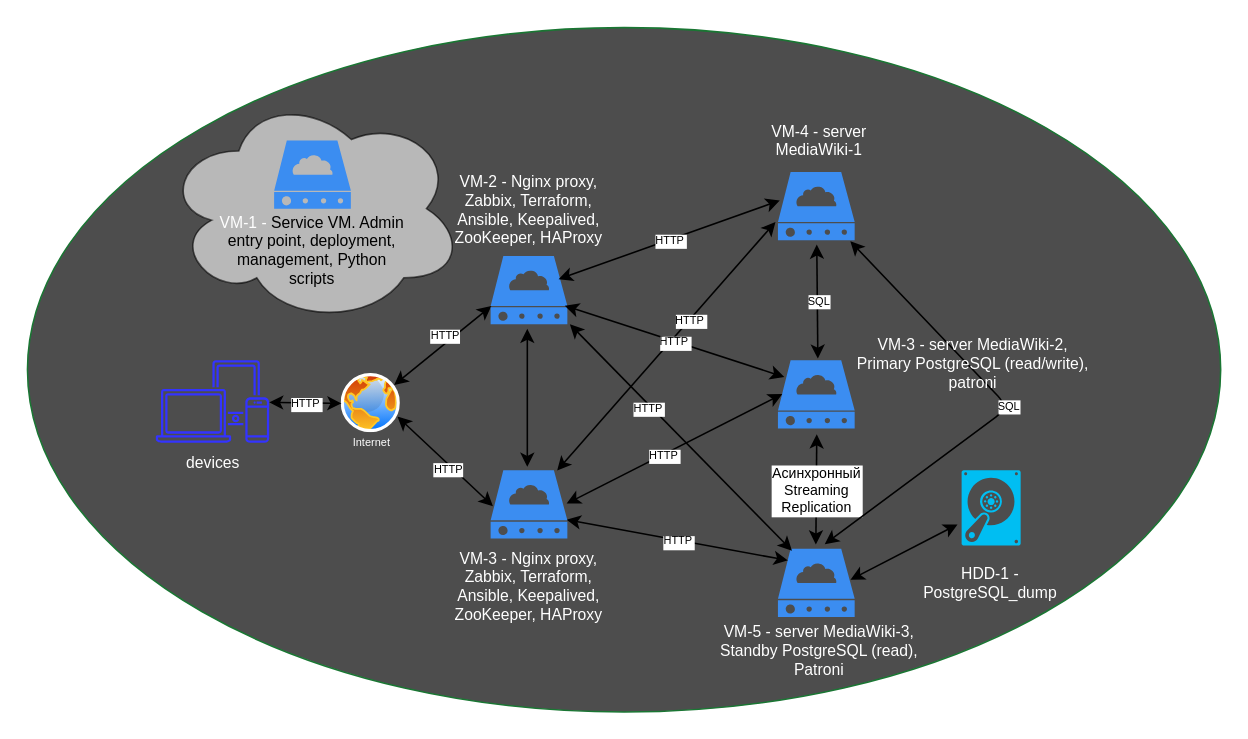
Before: Solution/Mediafiles/2.1. App_deployment_schema_files/3.1. MediaWiki_app_schema.drawio in vepsong/MediaWiki-Doc-Management-Service, a draw.io diagram. Source tidied: cells renumbered, new cells numbered last; positions are measured from the earlier drawing's top-left corner, leaving out a move shared by most shapes. Both pictures are drawn from the tidied source at 157%, with x=0, y=0 at pixel (27, 27).
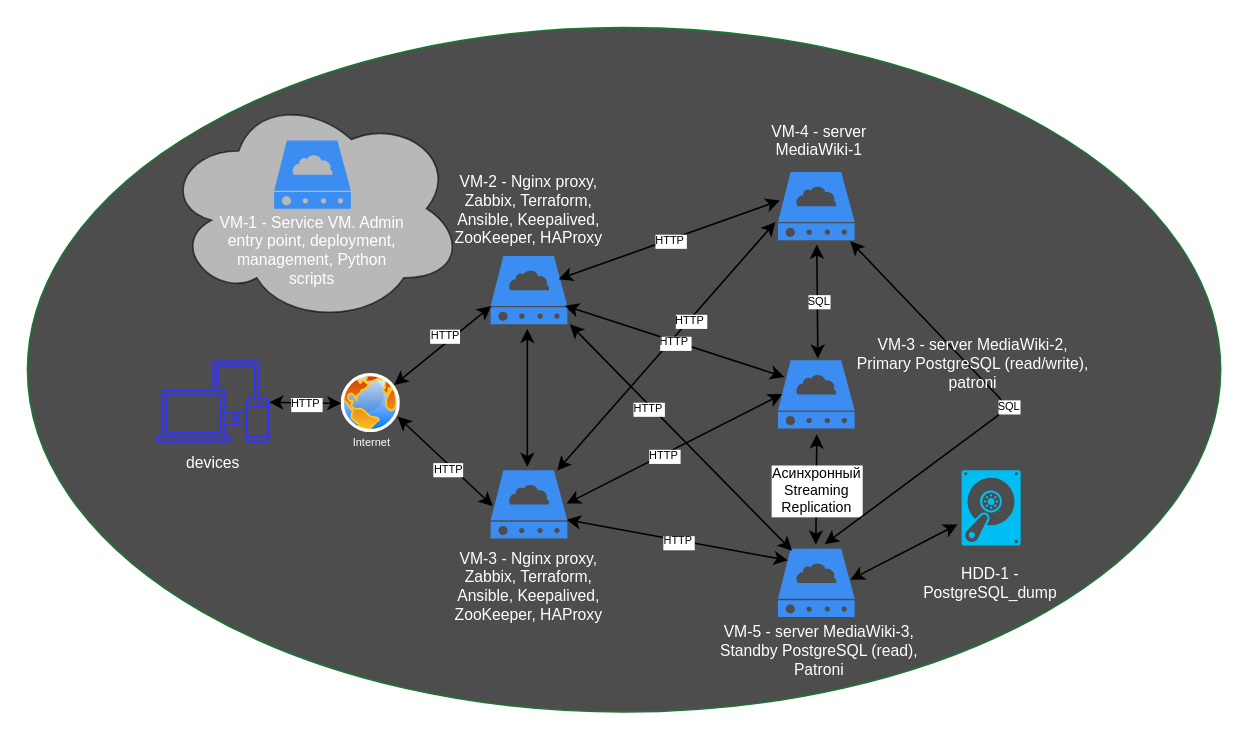
The same page after the edit.

Diff of the diagram source:
```diff
@@
-    <mxCell id="45" value="&lt;font style=&quot;font-size: 10px;&quot; color=&quot;#ffffff&quot;&gt;VM-1 -&amp;nbsp;&lt;/font&gt;Service VM. Admin entry point, deployment, management, Python scripts" style="text;strokeColor=none;align=center;fillColor=none;html=1;verticalAlign=middle;whiteSpace=wrap;rounded=0;fontSize=10;glass=0;shadow=0;strokeWidth=1;" parent="1" vertex="1">
+    <mxCell id="45" value="&lt;font color=&quot;#ffffff&quot;&gt;&lt;font style=&quot;font-size: 10px;&quot;&gt;VM-1 -&amp;nbsp;&lt;/font&gt;Service VM. Admin entry point, deployment, management, Python scripts&lt;/font&gt;" style="text;strokeColor=none;align=center;fillColor=none;html=1;verticalAlign=middle;whiteSpace=wrap;rounded=0;fontSize=10;glass=0;shadow=0;strokeWidth=1;" parent="1" vertex="1">
       <mxGeometry x="118" y="105.5" width="127.2" height="73.7" as="geometry" />
     </mxCell>
```
